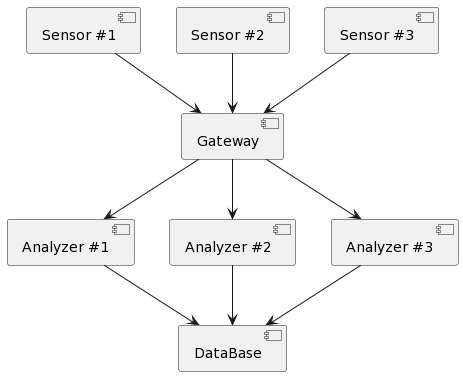
Before: v1.png, a diagram exported from PlantUML (Marcel-MD/ptr-exam). The source it was exported from:
```plantuml
@startuml
[Gateway] as G
[DataBase] as DB

[Sensor #1] --> G
[Sensor #2] --> G
[Sensor #3] --> G

G --> [Analyzer #1]
G --> [Analyzer #2]
G --> [Analyzer #3]

[Analyzer #1] --> DB
[Analyzer #2] --> DB
[Analyzer #3] --> DB
@enduml
```
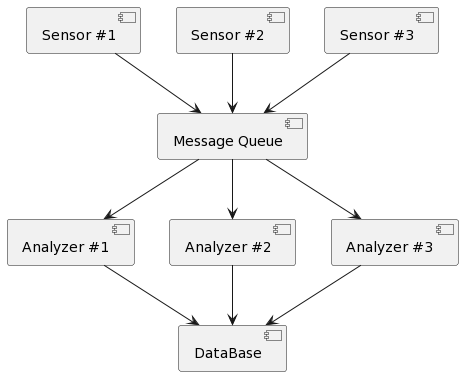
Above is the later version.

The edit, as a diff of the source:
```diff
@@ -1,14 +1,14 @@
 @startuml
-[Gateway] as G
+[Message Queue] as MQ
 [DataBase] as DB
 
-[Sensor #1] --> G
-[Sensor #2] --> G
-[Sensor #3] --> G
+[Sensor #1] --> MQ
+[Sensor #2] --> MQ
+[Sensor #3] --> MQ
 
-G --> [Analyzer #1]
-G --> [Analyzer #2]
-G --> [Analyzer #3]
+MQ --> [Analyzer #1]
+MQ --> [Analyzer #2]
+MQ --> [Analyzer #3]
 
 [Analyzer #1] --> DB
 [Analyzer #2] --> DB
```
